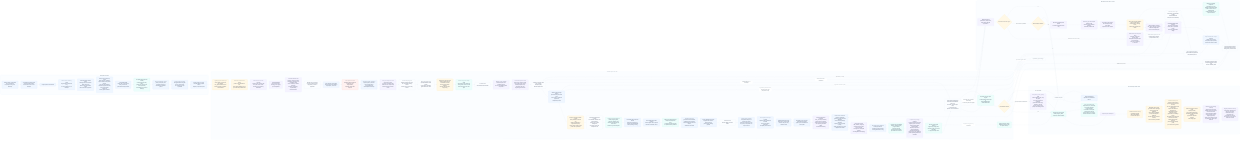
Above: odylith/atlas/source/domain-intelligence-greenfield-governance.png in odylith/odylith (Mermaid), before the change. Its source is kept beside it as odylith/atlas/source/domain-intelligence-greenfield-governance.mmd.
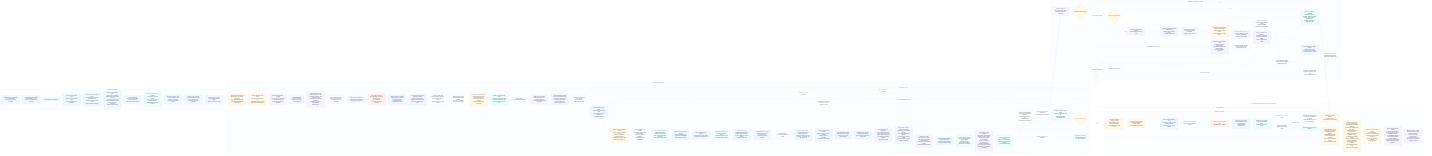
After the change.

What changed in the source:
```diff
@@ -83,29 +83,32 @@
       rerender["Scoped prewrite rerender<br/>named package previews,<br/>same gates, no lowered bar"]
     end
 
-    subgraph write_lane["Fail-closed governed writes"]
+    subgraph write_lane["Precompiled transaction and commit-only boundary"]
       direction TB
-      writes["Governed records written<br/>Radar, Registry, Atlas,<br/>Compass, release artifacts"]
-      rollback["Rollback snapshot"]
-      blockers["Exact final blockers<br/>operator sees actionable failure"]
-      proof_log["Compass proof checkpoint"]
-      surface_custody["Rendered surface custody<br/>Casebook included,<br/>Atlas static fallback,<br/>browser state proof"]
+      surface_custody["Pre-confirm rendered surface custody<br/>Radar, Registry, Atlas, Compass, Casebook,<br/>Project shell and bundle mirrors"]
+      transaction_quality["Pre-confirm quality tribunal<br/>all package and artifact contracts pass;<br/>no unresolved quality debt"]
+      transaction_seal["ProductCreateTransaction seal<br/>exact bytes, modes, file and directory deletes,<br/>repo fingerprints, result preview"]
+      compiler_receipt["Detached compiler receipt<br/>transaction file digest and hash"]
+      transaction_ready["Creation-ready confirmation view<br/>CONFIRM, EDIT, or REJECT"]
+      commit_verify["Commit-only verification<br/>receipt, transaction hash, compiler identity,<br/>unchanged repo preconditions"]
+      writes["Sealed write set applied<br/>no parsing, generation, repair,<br/>quality work, or surface refresh"]
+      readback["Exact tree readback<br/>after fingerprints must match"]
+      rollback["Affected-path rollback guard<br/>SIGINT and SIGTERM included;<br/>failed rollback preserves recovery snapshot"]
+      blockers["No-write pre-confirm blocker<br/>or post-confirm environment/invariant failure"]
+      proof_log["Precompiled success result reported"]
       matrix_scorer["Hardened matrix scorer<br/>grounded anchor preflight,<br/>persisted governed readback,<br/>public artifact readback,<br/>Project shell payload readback,<br/>browser proof as premium blocker,<br/>runtime custody excluded"]
       release_matrix["Installed release proof<br/>13-case standard matrix,<br/>optional external case-file variance,<br/>per-case generated browser state proof,<br/>Project tab DOM and payload proof,<br/>independent artifact readback scoring,<br/>generated-term leakage rescan,<br/>persisted matrix JSON with manifest summaries,<br/>failed-create blocker excerpts,<br/>persisted temp-cleanup proof,<br/>plus rescue wiring smoke"]
       natural_rescue_proof["Natural structured rescue proof<br/>explicit provider,<br/>non-probe repaired issue,<br/>safe planned Tribunal patch summary,<br/>typed clear operation allowed,<br/>90s budget gate"]
       selected_case_leakage["Release domain leakage custody<br/>declared case sentinels,<br/>filtered distinctive anchors,<br/>historical sentinels,<br/>and generated readback<br/>scan protected source, shipped guidance,<br/>wheel, and runtime archives;<br/>top-level proof JSON stays evidence"]
       registry_forensics_custody["Registry forensics custody<br/>component sidecars keep generic summaries,<br/>workstream scope, component IDs,<br/>and artifact counts only<br/>raw scenario prose stays in evidence surfaces"]
-      completion_debt["Completion-priority quality debt<br/>creation takes priority only for typed,<br/>non-critical projection repetition;<br/>generated visible-copy, semantic, Tribunal,<br/>release, untyped, and quality-lens findings block"]
-      final_write_debt["Final-write debt ledger<br/>component-spec, next-step,<br/>or persisted package projection debt<br/>is recorded in accepted-project/source-launch<br/>and printed in CLI closeout<br/>without transaction rollback"]
     end
 
     visible_intent --> confirmable_stdout --> confirm --> source_guard --> intent_section_parser --> prompt_recovery --> confirmed_ir --> accepted_path_projection --> non_goal_owner --> sparse_systems --> public_system_copy
     public_system_copy --> apply_input --> intent_visible_result --> compiler --> semantic_ir --> evaluation_semantics --> actor_role_owner --> artifact_actor_filter --> actor_path_role --> external_boundary --> sequence_owner --> subject_carry_guard --> result_language --> visible_result_priority --> prose_shape_guard --> artifact_plan --> release_scope --> canonical_facts --> projection_contract --> semantic_patch_targets --> registry_contract_custody --> semantic_result_custody --> projections --> confirmed_diagram_projection --> atlas_label_custody --> state_boundary_titles --> next_steps --> project_dashboard --> draft_set
     draft_set --> source_casing_custody --> control_plane_homonyms --> artifact_units --> mermaid_source_units --> visible_actor_projection --> validators --> expert_lenses --> persisted_readback --> governed_readback --> evidence_readback --> typed_findings --> source_addresses --> projection_targets --> final_manifest
-    typed_findings -- "untyped or legacy-only evidence" --> legacy_blockers --> rollback
-    final_manifest -- "pass" --> writes --> proof_log --> surface_custody --> matrix_scorer --> release_matrix --> natural_rescue_proof --> selected_case_leakage --> registry_forensics_custody
-    final_manifest -- "typed projection quality debt" --> completion_debt --> writes
-    writes --> final_write_debt --> proof_log
+    typed_findings -- "untyped or legacy-only evidence" --> legacy_blockers --> blockers
+    final_manifest -- "pass" --> surface_custody --> transaction_quality --> transaction_seal --> compiler_receipt --> transaction_ready --> commit_verify --> writes --> readback --> proof_log --> matrix_scorer --> release_matrix --> natural_rescue_proof --> selected_case_leakage --> registry_forensics_custody
+    final_manifest -- "quality debt remains" --> blockers
     final_manifest -- "rendered scope drift" --> projection_rerender --> rerender
     final_manifest -- "repairable typed failure" --> repairable --> projection_targets --> source_addresses --> patchset --> executable_target
     executable_target -- "localized exact source fact" --> deterministic_source_patch --> plan_apply
@@ -124,10 +127,12 @@
     plan_apply --> semantic_mirror_sync --> scope_ledger --> dashboard_rerender
     dashboard_rerender --> rerender
     package_inspection --> rerender
-    executable_target -- "no" --> rollback
+    executable_target -- "no" --> blockers
     rerender --> validators
-    rescue_budget -- "no" --> rollback --> blockers
-    final_manifest -- "non-repairable" --> rollback
+    rescue_budget -- "no" --> blockers
+    final_manifest -- "non-repairable" --> blockers
+    writes -- "environment or invariant failure" --> rollback --> blockers
+    readback -- "fingerprint drift" --> rollback
     rollback --> blockers
 
     classDef intent fill:#EFF6FF,stroke:#BFD7FE,color:#132033,stroke-width:1.2px;
@@ -137,7 +142,7 @@
     class visible_intent,confirmable_stdout,confirm,source_guard,intent_section_parser,prompt_recovery,confirmed_ir,non_goal_owner,sparse_systems,public_system_copy intent;
     class apply_input,intent_visible_result,compiler,semantic_ir,evaluation_semantics,actor_role_owner,artifact_actor_filter,actor_path_role,external_boundary,sequence_owner,subject_carry_guard,result_language,visible_result_priority,prose_shape_guard,artifact_plan,release_scope,canonical_facts,projection_contract,semantic_patch_targets,registry_contract_custody,semantic_result_custody,projections,confirmed_diagram_projection,atlas_label_custody,state_boundary_titles,next_steps,project_dashboard,draft_set,source_casing_custody,control_plane_homonyms,artifact_units,mermaid_source_units,visible_actor_projection,validators,expert_lenses,persisted_readback,governed_readback,evidence_readback,typed_findings,source_addresses,projection_targets,legacy_blockers,final_manifest standard;
     class repairable,patchset,executable_target,deterministic_source_patch,rescue_budget,tribunal_planner,provider_adapter,strict_schema,custody_check,repair_manifest,semantic_apply,plan_apply,semantic_mirror_sync,scope_ledger,dashboard_rerender,projection_rerender,package_inspection,rerender rescue;
-    class writes,rollback,blockers,proof_log,surface_custody,matrix_scorer,release_matrix,natural_rescue_proof,selected_case_leakage,registry_forensics_custody,completion_debt,final_write_debt write;
+    class surface_custody,transaction_quality,transaction_seal,compiler_receipt,transaction_ready,commit_verify,writes,readback,rollback,blockers,proof_log,matrix_scorer,release_matrix,natural_rescue_proof,selected_case_leakage,registry_forensics_custody write;
 
     style accepted_lane fill:#FBFDFF,stroke:#BFD7FE,stroke-width:1px,color:#293D52
     style standard_lane fill:#FBFDFF,stroke:#CBD5E1,stroke-width:1px,color:#293D52
```
